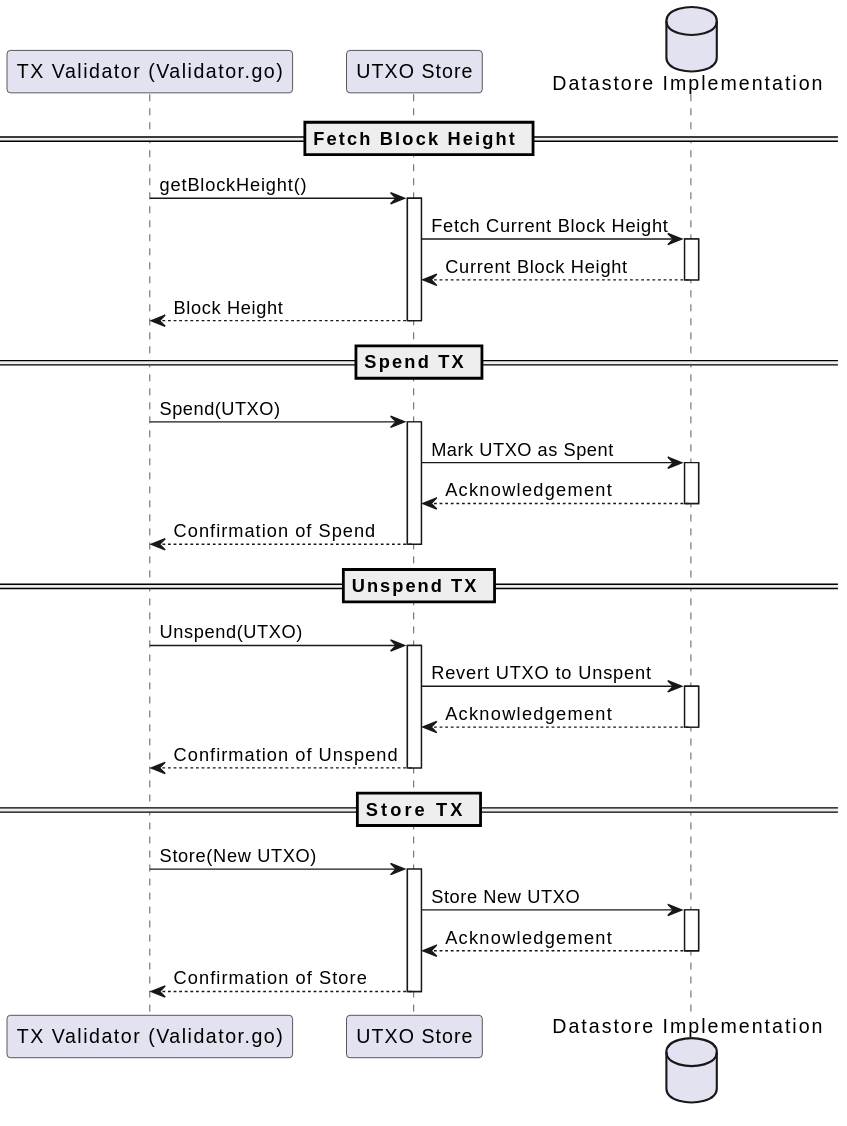
Earlier version of the PlantUML export docs/services/img/plantuml/utxo/utxo_transaction_validator.svg (freemans13/teranode). Its source is kept beside it as docs/services/img/plantuml/utxo/utxo_transaction_validator.puml.
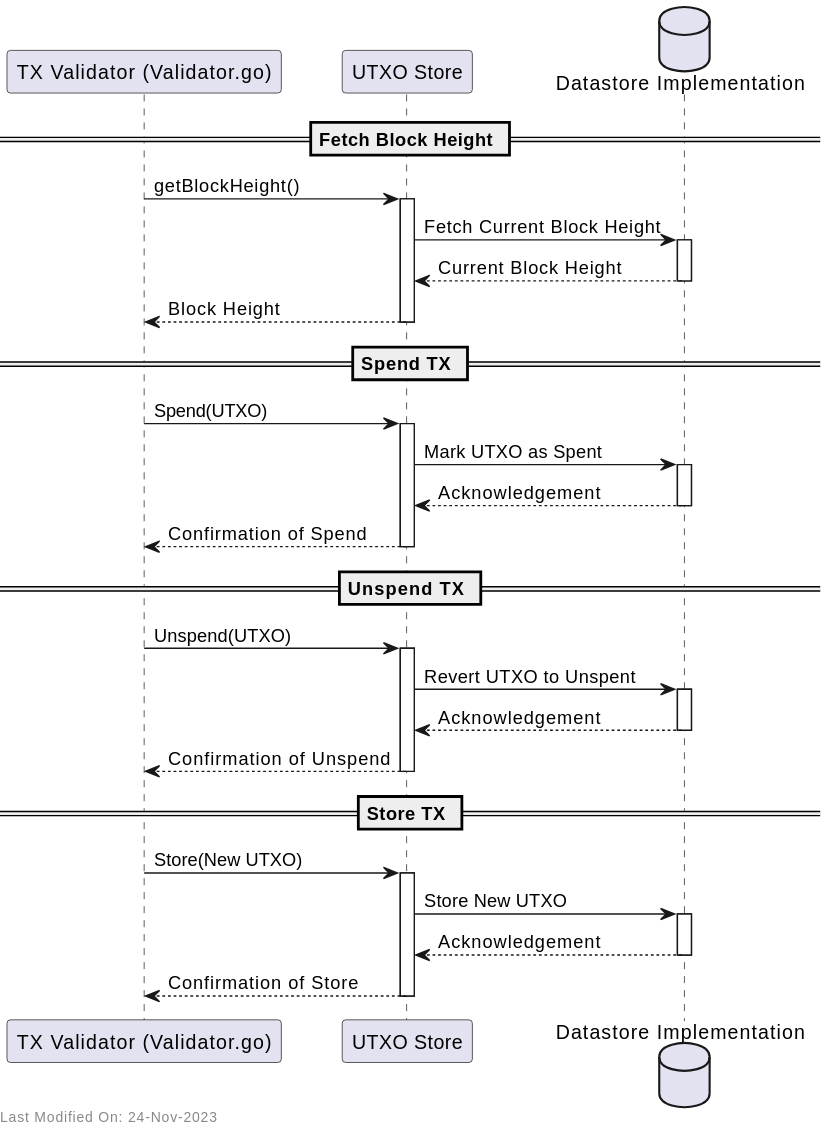
The same file after the commit.

Change to the diagram source:
```diff
@@ -57,4 +57,6 @@
 UTXOStore --> TXValidator: Confirmation of Store
 deactivate UTXOStore
 
+left footer Last Modified On: 24-Nov-2023
+
 @enduml
```
